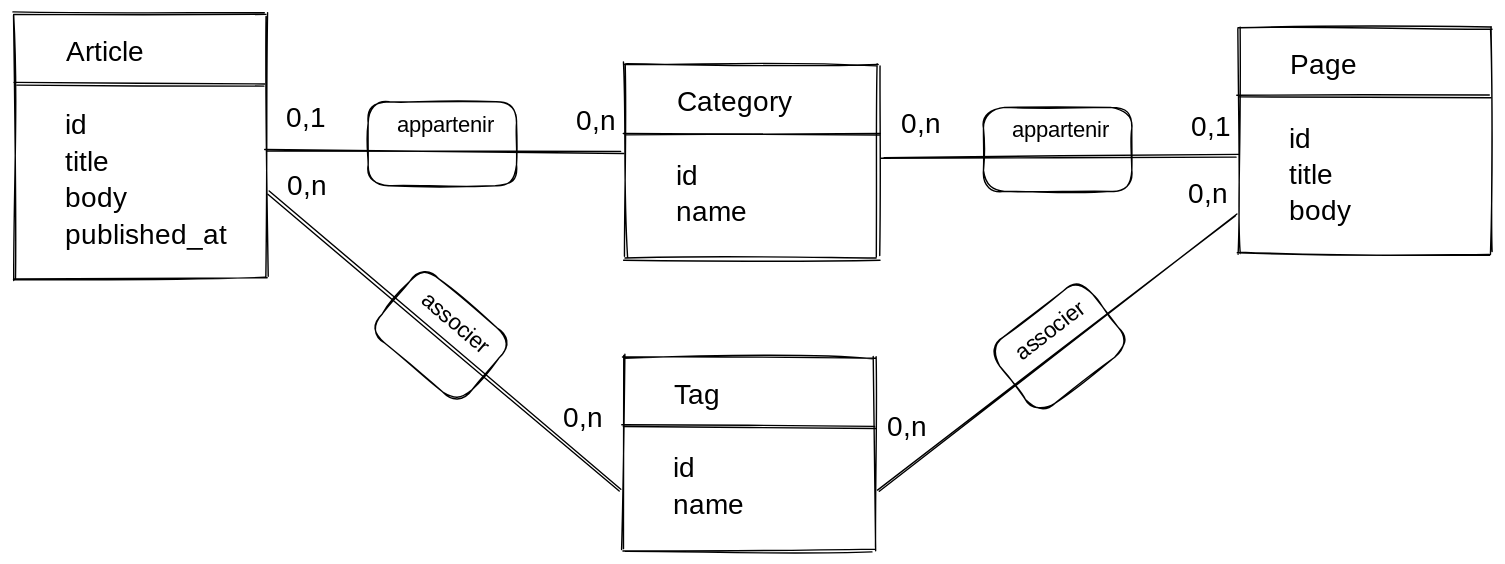
The Excalidraw diagram img/projet-blog-merise-mld.excalidraw.svg in jibundeyare/cours, before a commit. Source tidied: one line per element, renumbered; positions are measured from the earlier drawing's top-left corner, leaving out a move shared by most shapes. Source of this version:
```json
{"id": 0, "type": "text", "text": "Article", "strokeColor": "#000000", "strokeWidth": 1, "roughness": 1, "fontSize": 20, "fontFamily": 1, "x": 37, "y": 16, "width": 65, "height": 26}
{"id": 1, "type": "rectangle", "strokeColor": "#000000", "strokeWidth": 1, "roughness": 1, "x": 0, "y": 0, "width": 180, "height": 189}
{"id": 2, "type": "text", "text": "id\ntitle\nbody\npublished_at", "strokeColor": "#000000", "strokeWidth": 1, "roughness": 1, "fontSize": 20, "fontFamily": 1, "x": 36, "y": 68, "width": 126, "height": 104}
{"id": 3, "type": "line", "strokeColor": "#000000", "strokeWidth": 1, "roughness": 1, "x": 0, "y": 50, "width": 178, "height": 0, "points": [[0, 0], [178, 0]]}
{"id": 4, "type": "text", "text": "Page", "strokeColor": "#000000", "strokeWidth": 1, "roughness": 1, "fontSize": 20, "fontFamily": 1, "x": 912, "y": 25, "width": 49, "height": 26}
{"id": 5, "type": "rectangle", "strokeColor": "#000000", "strokeWidth": 1, "roughness": 1, "x": 874, "y": 10, "width": 180, "height": 162}
{"id": 6, "type": "text", "text": "id\ntitle\nbody", "strokeColor": "#000000", "strokeWidth": 1, "roughness": 1, "fontSize": 20, "fontFamily": 1, "x": 910, "y": 78, "width": 43, "height": 78}
{"id": 7, "type": "line", "strokeColor": "#000000", "strokeWidth": 1, "roughness": 1, "x": 874, "y": 60, "width": 181, "height": 0, "points": [[0, 0], [181, 0]]}
{"id": 8, "type": "text", "text": "Category", "strokeColor": "#000000", "strokeWidth": 1, "roughness": 1, "fontSize": 20, "fontFamily": 1, "x": 474, "y": 52, "width": 89, "height": 26}
{"id": 9, "type": "rectangle", "strokeColor": "#000000", "strokeWidth": 1, "roughness": 1, "x": 436, "y": 36, "width": 180, "height": 138}
{"id": 10, "type": "text", "text": "id\nname", "strokeColor": "#000000", "strokeWidth": 1, "roughness": 1, "fontSize": 20, "fontFamily": 1, "x": 472, "y": 104, "width": 47, "height": 52}
{"id": 11, "type": "line", "strokeColor": "#000000", "strokeWidth": 1, "roughness": 1, "x": 436, "y": 86, "width": 181, "height": 0, "points": [[0, 0], [181, 0]]}
{"id": 12, "type": "text", "text": "Tag", "strokeColor": "#000000", "strokeWidth": 1, "roughness": 1, "fontSize": 20, "fontFamily": 1, "x": 472, "y": 260, "width": 40, "height": 26}
{"id": 13, "type": "rectangle", "strokeColor": "#000000", "strokeWidth": 1, "roughness": 1, "x": 434, "y": 245, "width": 180, "height": 138}
{"id": 14, "type": "text", "text": "id\nname", "strokeColor": "#000000", "strokeWidth": 1, "roughness": 1, "fontSize": 20, "fontFamily": 1, "x": 470, "y": 313, "width": 47, "height": 52}
{"id": 15, "type": "line", "strokeColor": "#000000", "strokeWidth": 1, "roughness": 1, "x": 434, "y": 295, "width": 181, "height": 0, "points": [[0, 0], [181, 0]]}
{"id": 16, "type": "line", "strokeColor": "#000000", "strokeWidth": 1, "roughness": 1, "x": 180, "y": 98, "width": 254, "height": 0, "points": [[0, 0], [254, 0]]}
{"id": 17, "type": "text", "text": "0,n", "strokeColor": "#000000", "strokeWidth": 1, "roughness": 1, "fontSize": 20, "fontFamily": 1, "x": 401, "y": 65, "width": 29, "height": 26}
{"id": 18, "type": "text", "text": "0,1", "strokeColor": "#000000", "strokeWidth": 1, "roughness": 1, "fontSize": 20, "fontFamily": 1, "x": 194, "y": 63, "width": 25, "height": 26}
{"id": 19, "type": "line", "strokeColor": "#000000", "strokeWidth": 1, "roughness": 1, "x": 181, "y": 127, "width": 253, "height": 213, "points": [[0, 0], [253, 213]]}
{"id": 20, "type": "text", "text": "0,n", "strokeColor": "#000000", "strokeWidth": 1, "roughness": 1, "fontSize": 20, "fontFamily": 1, "x": 392, "y": 277, "width": 29, "height": 26}
{"id": 21, "type": "text", "text": "0,n", "strokeColor": "#000000", "strokeWidth": 1, "roughness": 1, "fontSize": 20, "fontFamily": 1, "x": 195, "y": 111, "width": 29, "height": 26}
{"id": 22, "type": "text", "text": "appartenir", "strokeColor": "#000000", "strokeWidth": 1, "roughness": 1, "fontSize": 16, "fontFamily": 1, "textAlign": "center", "x": 267, "y": 69, "width": 81, "height": 21}
{"id": 23, "type": "rectangle", "strokeColor": "#000000", "strokeWidth": 1, "roughness": 1, "x": 253, "y": 63, "width": 106, "height": 60}
{"id": 24, "type": "line", "strokeColor": "#000000", "strokeWidth": 1, "roughness": 1, "x": 620, "y": 102, "width": 254, "height": 0, "points": [[0, 0], [254, 0]]}
{"id": 25, "type": "text", "text": "0,1", "strokeColor": "#000000", "strokeWidth": 1, "roughness": 1, "fontSize": 20, "fontFamily": 1, "x": 841, "y": 69, "width": 25, "height": 26}
{"id": 26, "type": "text", "text": "0,n", "strokeColor": "#000000", "strokeWidth": 1, "roughness": 1, "fontSize": 20, "fontFamily": 1, "x": 634, "y": 67, "width": 29, "height": 26}
{"id": 27, "type": "text", "text": "appartenir", "strokeColor": "#000000", "strokeWidth": 1, "roughness": 1, "fontSize": 16, "fontFamily": 1, "textAlign": "center", "x": 707, "y": 73, "width": 81, "height": 21}
{"id": 28, "type": "rectangle", "strokeColor": "#000000", "strokeWidth": 1, "roughness": 1, "x": 692, "y": 67, "width": 106, "height": 60}
{"id": 29, "type": "text", "text": "associer", "strokeColor": "#000000", "angle": 0.7, "strokeWidth": 1, "roughness": 1, "fontSize": 16, "fontFamily": 1, "textAlign": "center", "x": 282, "y": 211, "width": 65, "height": 21}
{"id": 30, "type": "rectangle", "strokeColor": "#000000", "angle": 0.7, "strokeWidth": 1, "roughness": 1, "x": 263, "y": 200, "width": 84, "height": 60}
{"id": 31, "type": "line", "strokeColor": "#000000", "strokeWidth": 1, "roughness": 1, "x": 618, "y": 341, "width": 256, "height": 197, "points": [[0, 0], [256, -197]]}
{"id": 32, "type": "text", "text": "0,n", "strokeColor": "#000000", "strokeWidth": 1, "roughness": 1, "fontSize": 20, "fontFamily": 1, "x": 839, "y": 117, "width": 29, "height": 26}
{"id": 33, "type": "text", "text": "0,n", "strokeColor": "#000000", "strokeWidth": 1, "roughness": 1, "fontSize": 20, "fontFamily": 1, "x": 624, "y": 283, "width": 29, "height": 26}
{"id": 34, "type": "text", "text": "associer", "strokeColor": "#000000", "angle": 5.63, "strokeWidth": 1, "roughness": 1, "fontSize": 16, "fontFamily": 1, "textAlign": "center", "x": 708, "y": 216, "width": 65, "height": 21}
{"id": 35, "type": "rectangle", "strokeColor": "#000000", "angle": 5.63, "strokeWidth": 1, "roughness": 1, "x": 704, "y": 208, "width": 84, "height": 60}
```
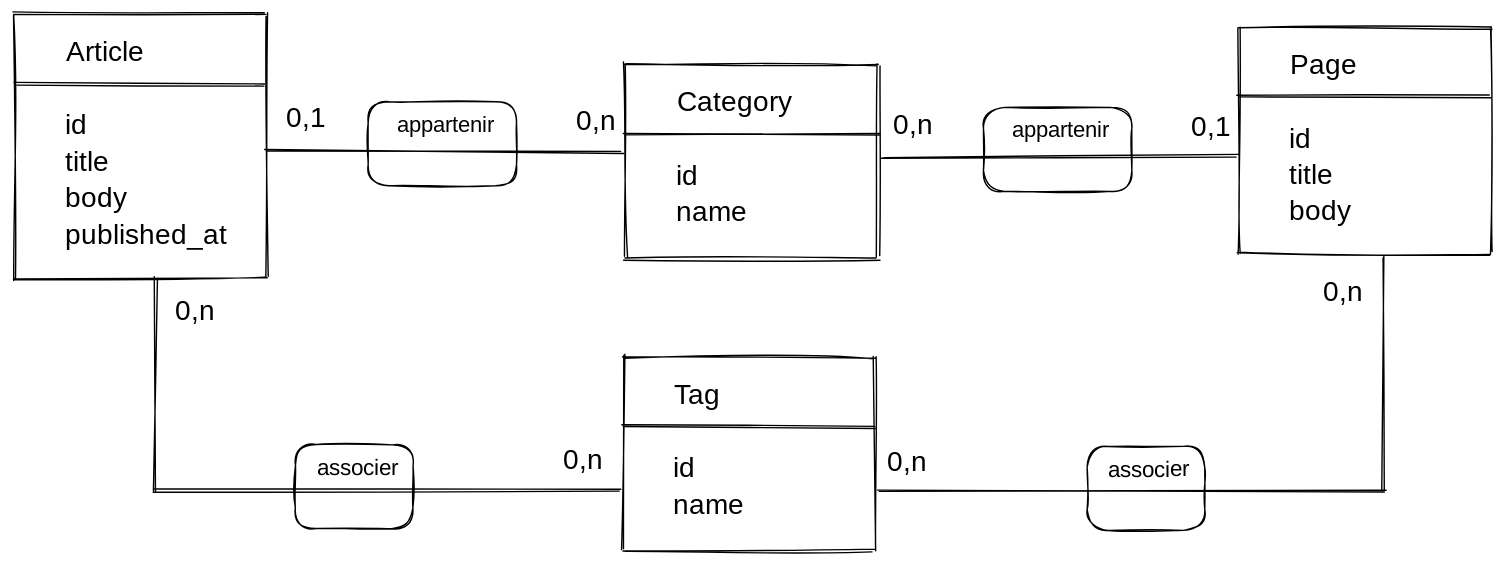
The same file after the commit.

Change to the diagram source:
```diff
@@ -17,20 +17,22 @@
 {"id": 16, "type": "line", "strokeColor": "#000000", "strokeWidth": 1, "roughness": 1, "x": 180, "y": 98, "width": 254, "height": 0, "points": [[0, 0], [254, 0]]}
 {"id": 17, "type": "text", "text": "0,n", "strokeColor": "#000000", "strokeWidth": 1, "roughness": 1, "fontSize": 20, "fontFamily": 1, "x": 401, "y": 65, "width": 29, "height": 26}
 {"id": 18, "type": "text", "text": "0,1", "strokeColor": "#000000", "strokeWidth": 1, "roughness": 1, "fontSize": 20, "fontFamily": 1, "x": 194, "y": 63, "width": 25, "height": 26}
-{"id": 19, "type": "line", "strokeColor": "#000000", "strokeWidth": 1, "roughness": 1, "x": 181, "y": 127, "width": 253, "height": 213, "points": [[0, 0], [253, 213]]}
+{"id": 19, "type": "line", "strokeColor": "#000000", "strokeWidth": 1, "roughness": 1, "x": 99, "y": 340, "width": 335, "height": 0, "points": [[0, 0], [335, 0]]}
-{"id": 20, "type": "text", "text": "0,n", "strokeColor": "#000000", "strokeWidth": 1, "roughness": 1, "fontSize": 20, "fontFamily": 1, "x": 392, "y": 277, "width": 29, "height": 26}
+{"id": 20, "type": "text", "text": "0,n", "strokeColor": "#000000", "strokeWidth": 1, "roughness": 1, "fontSize": 20, "fontFamily": 1, "x": 392, "y": 307, "width": 29, "height": 26}
-{"id": 21, "type": "text", "text": "0,n", "strokeColor": "#000000", "strokeWidth": 1, "roughness": 1, "fontSize": 20, "fontFamily": 1, "x": 195, "y": 111, "width": 29, "height": 26}
+{"id": 21, "type": "text", "text": "0,n", "strokeColor": "#000000", "strokeWidth": 1, "roughness": 1, "fontSize": 20, "fontFamily": 1, "x": 115, "y": 201, "width": 29, "height": 26}
 {"id": 22, "type": "text", "text": "appartenir", "strokeColor": "#000000", "strokeWidth": 1, "roughness": 1, "fontSize": 16, "fontFamily": 1, "textAlign": "center", "x": 267, "y": 69, "width": 81, "height": 21}
 {"id": 23, "type": "rectangle", "strokeColor": "#000000", "strokeWidth": 1, "roughness": 1, "x": 253, "y": 63, "width": 106, "height": 60}
 {"id": 24, "type": "line", "strokeColor": "#000000", "strokeWidth": 1, "roughness": 1, "x": 620, "y": 102, "width": 254, "height": 0, "points": [[0, 0], [254, 0]]}
 {"id": 25, "type": "text", "text": "0,1", "strokeColor": "#000000", "strokeWidth": 1, "roughness": 1, "fontSize": 20, "fontFamily": 1, "x": 841, "y": 69, "width": 25, "height": 26}
-{"id": 26, "type": "text", "text": "0,n", "strokeColor": "#000000", "strokeWidth": 1, "roughness": 1, "fontSize": 20, "fontFamily": 1, "x": 634, "y": 67, "width": 29, "height": 26}
+{"id": 26, "type": "text", "text": "0,n", "strokeColor": "#000000", "strokeWidth": 1, "roughness": 1, "fontSize": 20, "fontFamily": 1, "x": 628, "y": 68, "width": 29, "height": 26}
 {"id": 27, "type": "text", "text": "appartenir", "strokeColor": "#000000", "strokeWidth": 1, "roughness": 1, "fontSize": 16, "fontFamily": 1, "textAlign": "center", "x": 707, "y": 73, "width": 81, "height": 21}
 {"id": 28, "type": "rectangle", "strokeColor": "#000000", "strokeWidth": 1, "roughness": 1, "x": 692, "y": 67, "width": 106, "height": 60}
-{"id": 29, "type": "text", "text": "associer", "strokeColor": "#000000", "angle": 0.7, "strokeWidth": 1, "roughness": 1, "fontSize": 16, "fontFamily": 1, "textAlign": "center", "x": 282, "y": 211, "width": 65, "height": 21}
+{"id": 29, "type": "text", "text": "associer", "strokeColor": "#000000", "angle": 0.0, "strokeWidth": 1, "roughness": 1, "fontSize": 16, "fontFamily": 1, "textAlign": "center", "x": 212, "y": 314, "width": 65, "height": 21}
-{"id": 30, "type": "rectangle", "strokeColor": "#000000", "angle": 0.7, "strokeWidth": 1, "roughness": 1, "x": 263, "y": 200, "width": 84, "height": 60}
+{"id": 30, "type": "rectangle", "strokeColor": "#000000", "angle": 0.0, "strokeWidth": 1, "roughness": 1, "x": 201, "y": 308, "width": 84, "height": 60}
-{"id": 31, "type": "line", "strokeColor": "#000000", "strokeWidth": 1, "roughness": 1, "x": 618, "y": 341, "width": 256, "height": 197, "points": [[0, 0], [256, -197]]}
+{"id": 31, "type": "line", "strokeColor": "#000000", "strokeWidth": 1, "roughness": 1, "x": 618, "y": 341, "width": 363, "height": 0, "points": [[0, 0], [363, 0]]}
-{"id": 32, "type": "text", "text": "0,n", "strokeColor": "#000000", "strokeWidth": 1, "roughness": 1, "fontSize": 20, "fontFamily": 1, "x": 839, "y": 117, "width": 29, "height": 26}
+{"id": 32, "type": "text", "text": "0,n", "strokeColor": "#000000", "strokeWidth": 1, "roughness": 1, "fontSize": 20, "fontFamily": 1, "x": 935, "y": 187, "width": 29, "height": 26}
-{"id": 33, "type": "text", "text": "0,n", "strokeColor": "#000000", "strokeWidth": 1, "roughness": 1, "fontSize": 20, "fontFamily": 1, "x": 624, "y": 283, "width": 29, "height": 26}
+{"id": 33, "type": "text", "text": "0,n", "strokeColor": "#000000", "strokeWidth": 1, "roughness": 1, "fontSize": 20, "fontFamily": 1, "x": 624, "y": 308, "width": 29, "height": 26}
-{"id": 34, "type": "text", "text": "associer", "strokeColor": "#000000", "angle": 5.63, "strokeWidth": 1, "roughness": 1, "fontSize": 16, "fontFamily": 1, "textAlign": "center", "x": 708, "y": 216, "width": 65, "height": 21}
+{"id": 34, "type": "text", "text": "associer", "strokeColor": "#000000", "angle": 6.28, "strokeWidth": 1, "roughness": 1, "fontSize": 16, "fontFamily": 1, "textAlign": "center", "x": 778, "y": 315, "width": 65, "height": 21}
-{"id": 35, "type": "rectangle", "strokeColor": "#000000", "angle": 5.63, "strokeWidth": 1, "roughness": 1, "x": 704, "y": 208, "width": 84, "height": 60}
+{"id": 35, "type": "rectangle", "strokeColor": "#000000", "angle": 6.28, "strokeWidth": 1, "roughness": 1, "x": 766, "y": 309, "width": 84, "height": 60}
+{"id": 36, "type": "line", "strokeColor": "#000000", "strokeWidth": 1, "roughness": 1, "x": 101, "y": 340, "width": 0, "height": 152, "points": [[0, 0], [0, -152]]}
+{"id": 37, "type": "line", "strokeColor": "#000000", "strokeWidth": 1, "roughness": 1, "x": 978, "y": 340, "width": 0, "height": 167, "points": [[0, 0], [0, -167]]}
```
